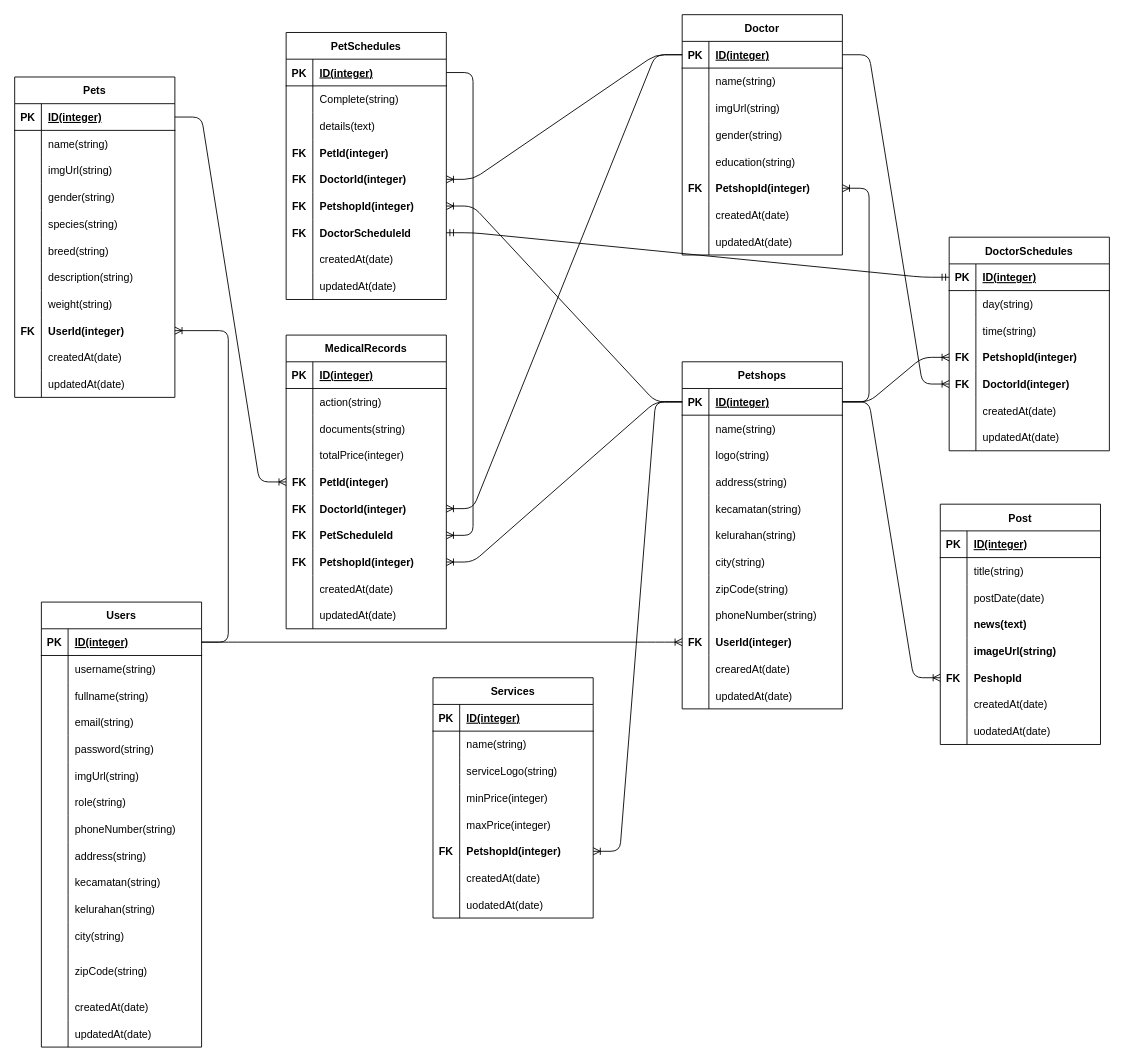
Before: petPlus.drawio in Pet-Plus-Hackiv8/fsjs-t1-final-server, a draw.io diagram. Source tidied: cells renumbered, new cells numbered last; positions are measured from the earlier drawing's top-left corner, leaving out a move shared by most shapes. Both pictures are drawn from the tidied source at 89%, with x=0, y=0 at pixel (14, 14).
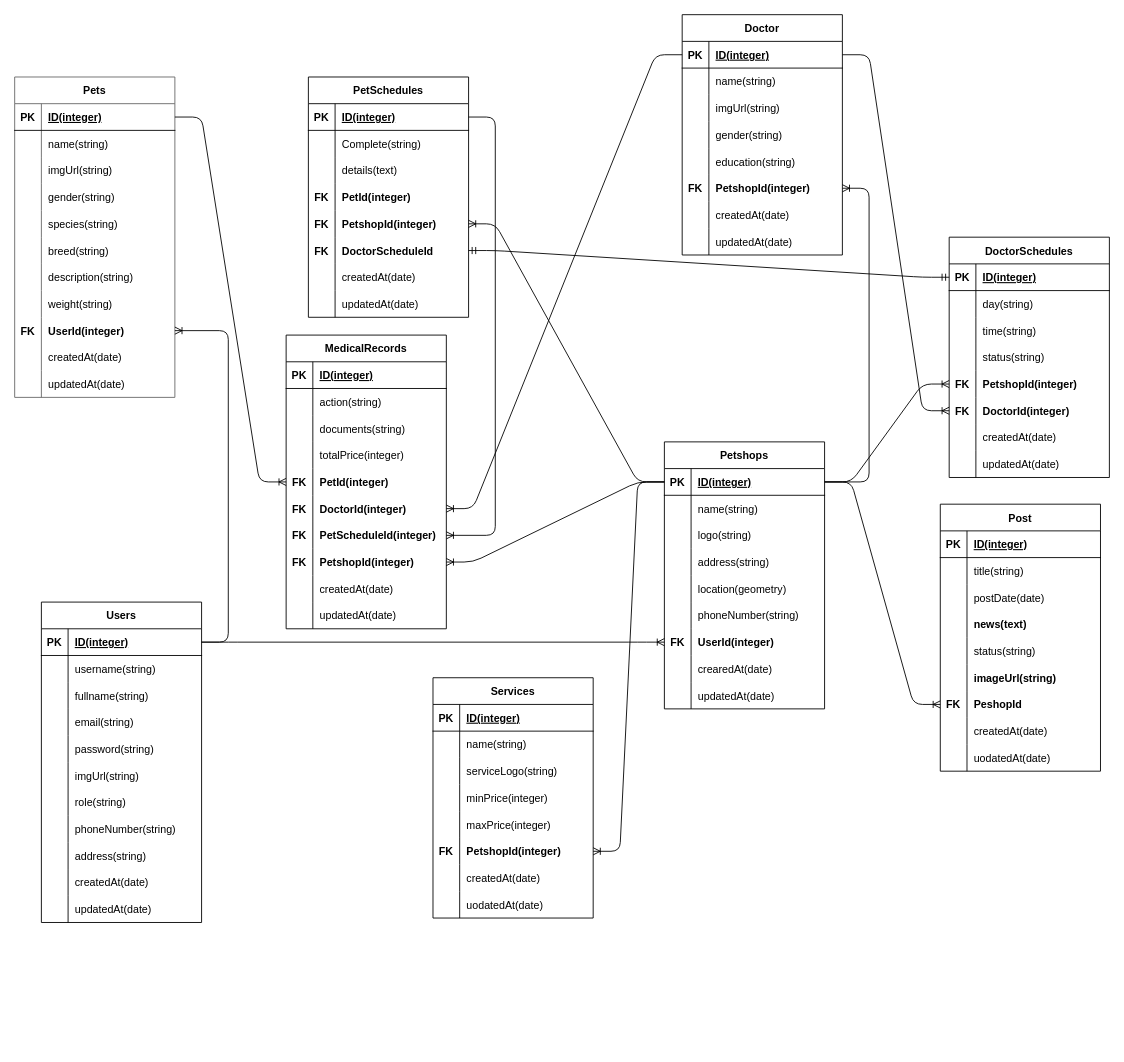
Above is the later version.

Unchanged cells that the change refers to:
```xml
<mxCell id="49" style="shape=tableRow;horizontal=0;startSize=0;swimlaneHead=0;swimlaneBody=0;fillColor=none;points=[[0,0.5],[1,0.5]];portConstraint=eastwest;top=0;left=0;right=0;bottom=1;" parent="48" vertex="1">
  <mxGeometry y="30" width="180" height="30" as="geometry" />
</mxCell>
<mxCell id="83" style="shape=tableRow;horizontal=0;startSize=0;swimlaneHead=0;swimlaneBody=0;fillColor=none;points=[[0,0.5],[1,0.5]];portConstraint=eastwest;top=0;left=0;right=0;bottom=1;" parent="82" vertex="1">
  <mxGeometry y="30" width="180" height="30" as="geometry" />
</mxCell>
<mxCell id="95" style="shape=tableRow;horizontal=0;startSize=0;swimlaneHead=0;swimlaneBody=0;fillColor=none;top=0;left=0;right=0;bottom=0;" parent="82" vertex="1">
  <mxGeometry y="150" width="180" height="30" as="geometry" />
</mxCell>
<mxCell id="120" style="shape=tableRow;horizontal=0;startSize=0;swimlaneHead=0;swimlaneBody=0;fillColor=none;points=[[0,0.5],[1,0.5]];portConstraint=eastwest;top=0;left=0;right=0;bottom=1;" parent="119" vertex="1">
  <mxGeometry y="30" width="180" height="30" as="geometry" />
</mxCell>
<mxCell id="135" style="shape=tableRow;horizontal=0;startSize=0;swimlaneHead=0;swimlaneBody=0;fillColor=none;points=[[0,0.5],[1,0.5]];portConstraint=eastwest;top=0;left=0;right=0;bottom=0;" parent="119" vertex="1">
  <mxGeometry y="180" width="180" height="30" as="geometry" />
</mxCell>
<mxCell id="191" style="shape=tableRow;horizontal=0;startSize=0;swimlaneHead=0;swimlaneBody=0;fillColor=none;points=[[0,0.5],[1,0.5]];portConstraint=eastwest;top=0;left=0;right=0;bottom=0;" parent="172" vertex="1">
  <mxGeometry y="210" width="180" height="30" as="geometry" />
</mxCell>
```

Diff of the diagram source:
```diff
@@
     <mxCell id="2" value="Users" style="shape=table;startSize=30;childLayout=tableLayout;rowLines=0;fontStyle=1;align=center;" parent="1" vertex="1">
-      <mxGeometry x="30" y="660" width="180" height="500" as="geometry" />
+      <mxGeometry x="30" y="660" width="180" height="360" as="geometry" />
     </mxCell>
@@
-    <mxCell id="30" style="shape=tableRow;horizontal=0;startSize=0;swimlaneHead=0;swimlaneBody=0;fillColor=none;top=0;left=0;right=0;bottom=0;" parent="2" vertex="1">
-      <mxGeometry y="300" width="180" height="30" as="geometry" />
-    </mxCell>
-    <mxCell id="31" style="shape=partialRectangle;fillColor=none;top=0;left=0;bottom=0;right=0;overflow=hidden;" parent="30" vertex="1">
-      <mxGeometry width="30" height="30" as="geometry" />
-    </mxCell>
-    <mxCell id="32" value="kecamatan(string)" style="shape=partialRectangle;fillColor=none;top=0;left=0;bottom=0;right=0;align=left;spacingLeft=6;overflow=hidden;" parent="30" vertex="1">
-      <mxGeometry x="30" width="150" height="30" as="geometry" />
-    </mxCell>
-    <mxCell id="33" style="shape=tableRow;horizontal=0;startSize=0;swimlaneHead=0;swimlaneBody=0;fillColor=none;top=0;left=0;right=0;bottom=0;" parent="2" vertex="1">
-      <mxGeometry y="330" width="180" height="30" as="geometry" />
-    </mxCell>
-    <mxCell id="34" style="shape=partialRectangle;fillColor=none;top=0;left=0;bottom=0;right=0;overflow=hidden;" parent="33" vertex="1">
-      <mxGeometry width="30" height="30" as="geometry" />
-    </mxCell>
-    <mxCell id="35" value="kelurahan(string)" style="shape=partialRectangle;fillColor=none;top=0;left=0;bottom=0;right=0;align=left;spacingLeft=6;overflow=hidden;" parent="33" vertex="1">
-      <mxGeometry x="30" width="150" height="30" as="geometry" />
-    </mxCell>
-    <mxCell id="36" style="shape=tableRow;horizontal=0;startSize=0;swimlaneHead=0;swimlaneBody=0;fillColor=none;top=0;left=0;right=0;bottom=0;" parent="2" vertex="1">
-      <mxGeometry y="360" width="180" height="30" as="geometry" />
-    </mxCell>
-    <mxCell id="37" style="shape=partialRectangle;fillColor=none;top=0;left=0;bottom=0;right=0;overflow=hidden;" parent="36" vertex="1">
-      <mxGeometry width="30" height="30" as="geometry" />
-    </mxCell>
-    <mxCell id="38" value="city(string)" style="shape=partialRectangle;fillColor=none;top=0;left=0;bottom=0;right=0;align=left;spacingLeft=6;overflow=hidden;" parent="36" vertex="1">
-      <mxGeometry x="30" width="150" height="30" as="geometry" />
-    </mxCell>
-    <mxCell id="39" style="shape=tableRow;horizontal=0;startSize=0;swimlaneHead=0;swimlaneBody=0;fillColor=none;top=0;left=0;right=0;bottom=0;" parent="2" vertex="1">
-      <mxGeometry y="390" width="180" height="50" as="geometry" />
-    </mxCell>
-    <mxCell id="40" style="shape=partialRectangle;fillColor=none;top=0;left=0;bottom=0;right=0;overflow=hidden;" parent="39" vertex="1">
-      <mxGeometry width="30" height="50" as="geometry" />
-    </mxCell>
-    <mxCell id="41" value="zipCode(string)" style="shape=partialRectangle;fillColor=none;top=0;left=0;bottom=0;right=0;align=left;spacingLeft=6;overflow=hidden;" parent="39" vertex="1">
-      <mxGeometry x="30" width="150" height="50" as="geometry" />
-    </mxCell>
     <mxCell id="42" style="shape=tableRow;horizontal=0;startSize=0;swimlaneHead=0;swimlaneBody=0;fillColor=none;top=0;left=0;right=0;bottom=0;" parent="2" vertex="1">
-      <mxGeometry y="440" width="180" height="30" as="geometry" />
+      <mxGeometry y="300" width="180" height="30" as="geometry" />
     </mxCell>
@@
     <mxCell id="45" style="shape=tableRow;horizontal=0;startSize=0;swimlaneHead=0;swimlaneBody=0;fillColor=none;top=0;left=0;right=0;bottom=0;" parent="2" vertex="1">
-      <mxGeometry y="470" width="180" height="30" as="geometry" />
+      <mxGeometry y="330" width="180" height="30" as="geometry" />
     </mxCell>
@@
-    <mxCell id="48" value="Pets" style="shape=table;startSize=30;childLayout=tableLayout;rowLines=0;fontStyle=1;align=center;" parent="1" vertex="1">
+    <mxCell id="48" value="Pets" style="shape=table;startSize=30;childLayout=tableLayout;rowLines=0;fontStyle=1;align=center;fillColor=none;strokeColor=#666666;" parent="1" vertex="1">
       <mxGeometry y="70" width="180" height="360" as="geometry" />
     </mxCell>
@@
-    <mxCell id="51" value="ID(integer)" style="shape=partialRectangle;fillColor=none;top=0;left=0;bottom=0;right=0;align=left;spacingLeft=6;fontStyle=5;overflow=hidden;" parent="49" vertex="1">
+    <mxCell id="51" value="ID(integer)" style="shape=partialRectangle;fillColor=none;top=0;left=0;bottom=0;right=0;align=left;spacingLeft=6;fontStyle=5;overflow=hidden;strokeColor=#000000;" parent="49" vertex="1">
       <mxGeometry x="30" width="150" height="30" as="geometry" />
     </mxCell>
@@
     <mxCell id="82" value="Petshops" style="shape=table;startSize=30;childLayout=tableLayout;rowLines=0;fontStyle=1;align=center;" parent="1" vertex="1">
-      <mxGeometry x="750" y="390" width="180" height="390" as="geometry" />
+      <mxGeometry x="730" y="480" width="180" height="300" as="geometry" />
     </mxCell>
@@
-    <mxCell id="97" value="kecamatan(string)" style="shape=partialRectangle;fillColor=none;top=0;left=0;bottom=0;right=0;align=left;spacingLeft=6;overflow=hidden;" parent="95" vertex="1">
+    <mxCell id="97" value="location(geometry)" style="shape=partialRectangle;fillColor=none;top=0;left=0;bottom=0;right=0;align=left;spacingLeft=6;overflow=hidden;" parent="95" vertex="1">
       <mxGeometry x="30" width="150" height="30" as="geometry" />
     </mxCell>
-    <mxCell id="98" style="shape=tableRow;horizontal=0;startSize=0;swimlaneHead=0;swimlaneBody=0;fillColor=none;top=0;left=0;right=0;bottom=0;" parent="82" vertex="1">
-      <mxGeometry y="180" width="180" height="30" as="geometry" />
-    </mxCell>
-    <mxCell id="99" style="shape=partialRectangle;fillColor=none;top=0;left=0;bottom=0;right=0;overflow=hidden;" parent="98" vertex="1">
-      <mxGeometry width="30" height="30" as="geometry" />
-    </mxCell>
-    <mxCell id="100" value="kelurahan(string)" style="shape=partialRectangle;fillColor=none;top=0;left=0;bottom=0;right=0;align=left;spacingLeft=6;overflow=hidden;" parent="98" vertex="1">
-      <mxGeometry x="30" width="150" height="30" as="geometry" />
-    </mxCell>
-    <mxCell id="101" style="shape=tableRow;horizontal=0;startSize=0;swimlaneHead=0;swimlaneBody=0;fillColor=none;top=0;left=0;right=0;bottom=0;" parent="82" vertex="1">
-      <mxGeometry y="210" width="180" height="30" as="geometry" />
-    </mxCell>
-    <mxCell id="102" style="shape=partialRectangle;fillColor=none;top=0;left=0;bottom=0;right=0;overflow=hidden;" parent="101" vertex="1">
-      <mxGeometry width="30" height="30" as="geometry" />
-    </mxCell>
-    <mxCell id="103" value="city(string)" style="shape=partialRectangle;fillColor=none;top=0;left=0;bottom=0;right=0;align=left;spacingLeft=6;overflow=hidden;" parent="101" vertex="1">
-      <mxGeometry x="30" width="150" height="30" as="geometry" />
-    </mxCell>
-    <mxCell id="104" style="shape=tableRow;horizontal=0;startSize=0;swimlaneHead=0;swimlaneBody=0;fillColor=none;top=0;left=0;right=0;bottom=0;" parent="82" vertex="1">
-      <mxGeometry y="240" width="180" height="30" as="geometry" />
-    </mxCell>
-    <mxCell id="105" style="shape=partialRectangle;fillColor=none;top=0;left=0;bottom=0;right=0;overflow=hidden;" parent="104" vertex="1">
-      <mxGeometry width="30" height="30" as="geometry" />
-    </mxCell>
-    <mxCell id="106" value="zipCode(string)" style="shape=partialRectangle;fillColor=none;top=0;left=0;bottom=0;right=0;align=left;spacingLeft=6;overflow=hidden;" parent="104" vertex="1">
-      <mxGeometry x="30" width="150" height="30" as="geometry" />
-    </mxCell>
     <mxCell id="107" style="shape=tableRow;horizontal=0;startSize=0;swimlaneHead=0;swimlaneBody=0;fillColor=none;top=0;left=0;right=0;bottom=0;" parent="82" vertex="1">
-      <mxGeometry y="270" width="180" height="30" as="geometry" />
+      <mxGeometry y="180" width="180" height="30" as="geometry" />
     </mxCell>
@@
     <mxCell id="110" style="shape=tableRow;horizontal=0;startSize=0;swimlaneHead=0;swimlaneBody=0;fillColor=none;points=[[0,0.5],[1,0.5]];portConstraint=eastwest;top=0;left=0;right=0;bottom=0;" parent="82" vertex="1">
-      <mxGeometry y="300" width="180" height="30" as="geometry" />
+      <mxGeometry y="210" width="180" height="30" as="geometry" />
     </mxCell>
@@
     <mxCell id="113" style="shape=tableRow;horizontal=0;startSize=0;swimlaneHead=0;swimlaneBody=0;fillColor=none;top=0;left=0;right=0;bottom=0;" parent="82" vertex="1">
-      <mxGeometry y="330" width="180" height="30" as="geometry" />
+      <mxGeometry y="240" width="180" height="30" as="geometry" />
     </mxCell>
@@
     <mxCell id="116" style="shape=tableRow;horizontal=0;startSize=0;swimlaneHead=0;swimlaneBody=0;fillColor=none;top=0;left=0;right=0;bottom=0;" parent="82" vertex="1">
-      <mxGeometry y="360" width="180" height="30" as="geometry" />
+      <mxGeometry y="270" width="180" height="30" as="geometry" />
     </mxCell>
@@
     <mxCell id="144" value="PetSchedules" style="shape=table;startSize=30;childLayout=tableLayout;rowLines=0;fontStyle=1;align=center;" parent="1" vertex="1">
-      <mxGeometry x="305" y="20" width="180" height="300" as="geometry" />
+      <mxGeometry x="330" y="70" width="180" height="270" as="geometry" />
     </mxCell>
@@
-    <mxCell id="157" style="shape=tableRow;horizontal=0;startSize=0;swimlaneHead=0;swimlaneBody=0;fillColor=none;points=[[0,0.5],[1,0.5]];portConstraint=eastwest;top=0;left=0;right=0;bottom=0;" parent="144" vertex="1">
-      <mxGeometry y="150" width="180" height="30" as="geometry" />
-    </mxCell>
-    <mxCell id="158" value="FK" style="shape=partialRectangle;fillColor=none;top=0;left=0;bottom=0;right=0;overflow=hidden;fontStyle=1;" parent="157" vertex="1">
-      <mxGeometry width="30" height="30" as="geometry" />
-    </mxCell>
-    <mxCell id="159" value="DoctorId(integer)" style="shape=partialRectangle;fillColor=none;top=0;left=0;bottom=0;right=0;align=left;spacingLeft=6;overflow=hidden;fontStyle=1;" parent="157" vertex="1">
-      <mxGeometry x="30" width="150" height="30" as="geometry" />
-    </mxCell>
     <mxCell id="160" style="shape=tableRow;horizontal=0;startSize=0;swimlaneHead=0;swimlaneBody=0;fillColor=none;points=[[0,0.5],[1,0.5]];portConstraint=eastwest;top=0;left=0;right=0;bottom=0;" parent="144" vertex="1">
-      <mxGeometry y="180" width="180" height="30" as="geometry" />
+      <mxGeometry y="150" width="180" height="30" as="geometry" />
     </mxCell>
@@
     <mxCell id="163" style="shape=tableRow;horizontal=0;startSize=0;swimlaneHead=0;swimlaneBody=0;fillColor=none;points=[[0,0.5],[1,0.5]];portConstraint=eastwest;top=0;left=0;right=0;bottom=0;" parent="144" vertex="1">
-      <mxGeometry y="210" width="180" height="30" as="geometry" />
+      <mxGeometry y="180" width="180" height="30" as="geometry" />
     </mxCell>
@@
     <mxCell id="166" style="shape=tableRow;horizontal=0;startSize=0;swimlaneHead=0;swimlaneBody=0;fillColor=none;top=0;left=0;right=0;bottom=0;" parent="144" vertex="1">
-      <mxGeometry y="240" width="180" height="30" as="geometry" />
+      <mxGeometry y="210" width="180" height="30" as="geometry" />
     </mxCell>
@@
     <mxCell id="169" style="shape=tableRow;horizontal=0;startSize=0;swimlaneHead=0;swimlaneBody=0;fillColor=none;top=0;left=0;right=0;bottom=0;" parent="144" vertex="1">
-      <mxGeometry y="270" width="180" height="30" as="geometry" />
+      <mxGeometry y="240" width="180" height="30" as="geometry" />
     </mxCell>
@@
-    <mxCell id="193" value="PetScheduleId" style="shape=partialRectangle;fillColor=none;top=0;left=0;bottom=0;right=0;align=left;spacingLeft=6;overflow=hidden;fontStyle=1;" parent="191" vertex="1">
+    <mxCell id="193" value="PetScheduleId(integer)" style="shape=partialRectangle;fillColor=none;top=0;left=0;bottom=0;right=0;align=left;spacingLeft=6;overflow=hidden;fontStyle=1;" parent="191" vertex="1">
       <mxGeometry x="30" width="150" height="30" as="geometry" />
     </mxCell>
@@
     <mxCell id="228" value="DoctorSchedules" style="shape=table;startSize=30;childLayout=tableLayout;rowLines=0;fontStyle=1;align=center;" parent="1" vertex="1">
-      <mxGeometry x="1050" y="250" width="180" height="240" as="geometry" />
+      <mxGeometry x="1050" y="250" width="180" height="270" as="geometry" />
     </mxCell>
@@
+    <mxCell id="289" style="shape=tableRow;horizontal=0;startSize=0;swimlaneHead=0;swimlaneBody=0;fillColor=none;top=0;left=0;right=0;bottom=0;" parent="228" vertex="1">
+      <mxGeometry y="120" width="180" height="30" as="geometry" />
+    </mxCell>
+    <mxCell id="290" style="shape=partialRectangle;fillColor=none;top=0;left=0;bottom=0;right=0;overflow=hidden;" parent="289" vertex="1">
+      <mxGeometry width="30" height="30" as="geometry" />
+    </mxCell>
+    <mxCell id="291" value="status(string)" style="shape=partialRectangle;fillColor=none;top=0;left=0;bottom=0;right=0;align=left;spacingLeft=6;overflow=hidden;" parent="289" vertex="1">
+      <mxGeometry x="30" width="150" height="30" as="geometry" />
+    </mxCell>
     <mxCell id="238" style="shape=tableRow;horizontal=0;startSize=0;swimlaneHead=0;swimlaneBody=0;fillColor=none;points=[[0,0.5],[1,0.5]];portConstraint=eastwest;top=0;left=0;right=0;bottom=0;" parent="228" vertex="1">
-      <mxGeometry y="120" width="180" height="30" as="geometry" />
+      <mxGeometry y="150" width="180" height="30" as="geometry" />
     </mxCell>
@@
     <mxCell id="241" style="shape=tableRow;horizontal=0;startSize=0;swimlaneHead=0;swimlaneBody=0;fillColor=none;points=[[0,0.5],[1,0.5]];portConstraint=eastwest;top=0;left=0;right=0;bottom=0;" parent="228" vertex="1">
-      <mxGeometry y="150" width="180" height="30" as="geometry" />
+      <mxGeometry y="180" width="180" height="30" as="geometry" />
     </mxCell>
@@
     <mxCell id="244" style="shape=tableRow;horizontal=0;startSize=0;swimlaneHead=0;swimlaneBody=0;fillColor=none;top=0;left=0;right=0;bottom=0;" parent="228" vertex="1">
-      <mxGeometry y="180" width="180" height="30" as="geometry" />
+      <mxGeometry y="210" width="180" height="30" as="geometry" />
     </mxCell>
@@
     <mxCell id="247" style="shape=tableRow;horizontal=0;startSize=0;swimlaneHead=0;swimlaneBody=0;fillColor=none;top=0;left=0;right=0;bottom=0;" parent="228" vertex="1">
-      <mxGeometry y="210" width="180" height="30" as="geometry" />
+      <mxGeometry y="240" width="180" height="30" as="geometry" />
     </mxCell>
@@
-    <mxCell id="255" style="edgeStyle=entityRelationEdgeStyle;fontSize=12;html=1;endArrow=ERoneToMany;exitX=0;exitY=0.5;exitDx=0;exitDy=0;" parent="1" edge="1" source="120" target="157">
-      <mxGeometry relative="1" as="geometry" />
-    </mxCell>
@@
-    <mxCell id="258" style="edgeStyle=entityRelationEdgeStyle;fontSize=12;html=1;endArrow=ERoneToMany;exitX=1;exitY=0.5;exitDx=0;exitDy=0;entryX=1;entryY=0.5;entryDx=0;entryDy=0;" parent="1" edge="1" source="83" target="135">
+    <mxCell id="258" style="edgeStyle=entityRelationEdgeStyle;fontSize=12;html=1;endArrow=ERoneToMany;exitX=1;exitY=0.5;exitDx=0;exitDy=0;" parent="1" edge="1" source="83" target="135">
       <mxGeometry relative="1" as="geometry" />
     </mxCell>
@@
     <mxCell id="263" value="Post" style="shape=table;startSize=30;childLayout=tableLayout;rowLines=0;fontStyle=1;align=center;" parent="1" vertex="1">
-      <mxGeometry x="1040" y="550" width="180" height="270" as="geometry" />
+      <mxGeometry x="1040" y="550" width="180" height="300" as="geometry" />
     </mxCell>
@@
+    <mxCell id="157" style="shape=tableRow;horizontal=0;startSize=0;swimlaneHead=0;swimlaneBody=0;fillColor=none;points=[[0,0.5],[1,0.5]];portConstraint=eastwest;top=0;left=0;right=0;bottom=0;" parent="263" vertex="1">
+      <mxGeometry y="150" width="180" height="30" as="geometry" />
+    </mxCell>
+    <mxCell id="292" style="shape=partialRectangle;fillColor=none;top=0;left=0;bottom=0;right=0;overflow=hidden;" parent="157" vertex="1">
+      <mxGeometry width="30" height="30" as="geometry" />
+    </mxCell>
+    <mxCell id="293" value="status(string)" style="shape=partialRectangle;fillColor=none;top=0;left=0;bottom=0;right=0;align=left;spacingLeft=6;overflow=hidden;" parent="157" vertex="1">
+      <mxGeometry x="30" width="150" height="30" as="geometry" />
+    </mxCell>
     <mxCell id="276" style="shape=tableRow;horizontal=0;startSize=0;swimlaneHead=0;swimlaneBody=0;fillColor=none;top=0;left=0;right=0;bottom=0;" parent="263" vertex="1">
-      <mxGeometry y="150" width="180" height="30" as="geometry" />
+      <mxGeometry y="180" width="180" height="30" as="geometry" />
     </mxCell>
@@
     <mxCell id="279" style="shape=tableRow;horizontal=0;startSize=0;swimlaneHead=0;swimlaneBody=0;fillColor=none;points=[[0,0.5],[1,0.5]];portConstraint=eastwest;top=0;left=0;right=0;bottom=0;" parent="263" vertex="1">
-      <mxGeometry y="180" width="180" height="30" as="geometry" />
+      <mxGeometry y="210" width="180" height="30" as="geometry" />
     </mxCell>
@@
     <mxCell id="282" style="shape=tableRow;horizontal=0;startSize=0;swimlaneHead=0;swimlaneBody=0;fillColor=none;top=0;left=0;right=0;bottom=0;" parent="263" vertex="1">
-      <mxGeometry y="210" width="180" height="30" as="geometry" />
+      <mxGeometry y="240" width="180" height="30" as="geometry" />
     </mxCell>
@@
     <mxCell id="285" style="shape=tableRow;horizontal=0;startSize=0;swimlaneHead=0;swimlaneBody=0;fillColor=none;top=0;left=0;right=0;bottom=0;" parent="263" vertex="1">
-      <mxGeometry y="240" width="180" height="30" as="geometry" />
+      <mxGeometry y="270" width="180" height="30" as="geometry" />
     </mxCell>
```
